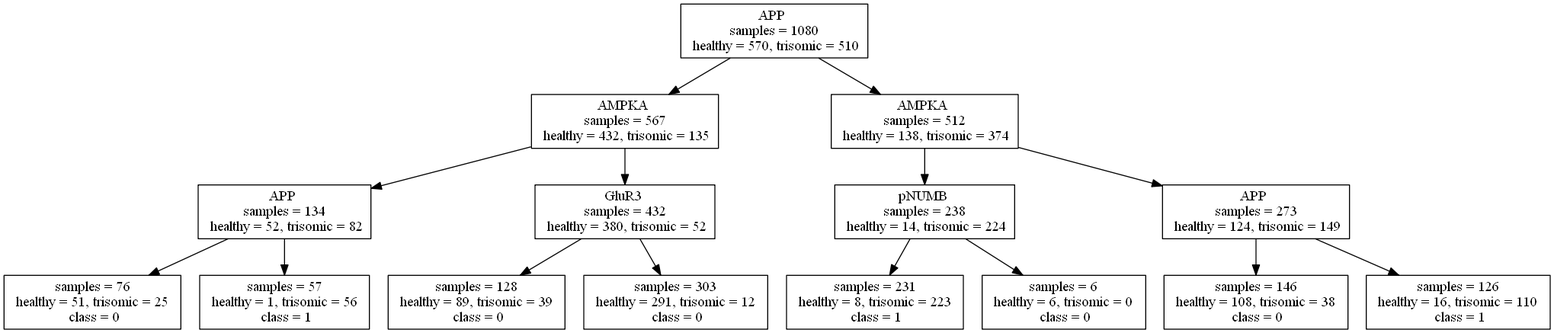
This is tree4a.png from chapmacl/TDIDT-Decision-Tree, a Graphviz export, as it was before one commit. Its source is kept beside it as tree4a.dot.
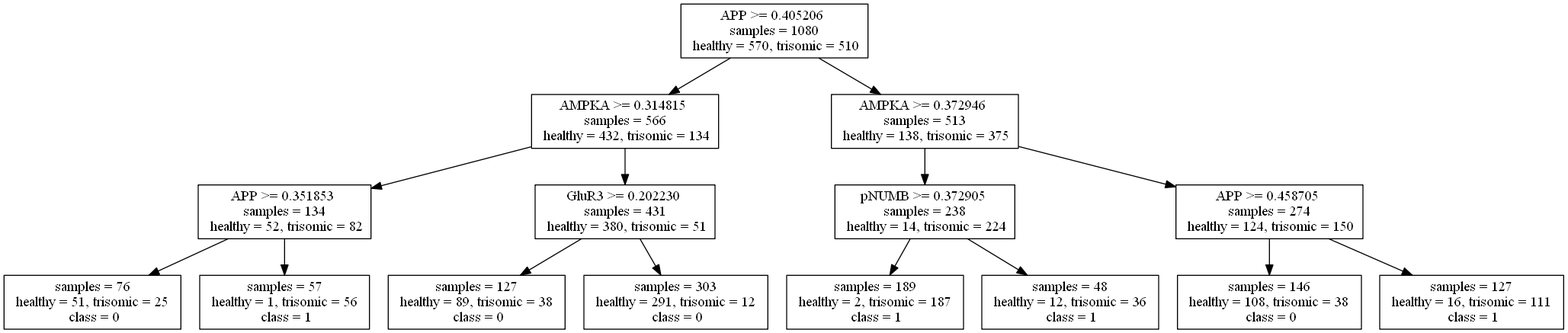
After the commit.

Diff of the diagram source:
```diff
@@ -1,76 +1,76 @@
 digraph {
 	node [shape=box]
-	APP_1080 [label="APP
+	APP_1080 [label="APP >= 0.405206
  samples = 1080
  healthy = 570, trisomic = 510"]
 	node [shape=box]
-	AMPKA_567 [label="AMPKA
- samples = 567
- healthy = 432, trisomic = 135"]
-	APP_1080 -> AMPKA_567
+	AMPKA_566 [label="AMPKA >= 0.314815
+ samples = 566
+ healthy = 432, trisomic = 134"]
+	APP_1080 -> AMPKA_566
 	node [shape=box]
-	APP_134 [label="APP
+	APP_134 [label="APP >= 0.351853
  samples = 134
  healthy = 52, trisomic = 82"]
-	AMPKA_567 -> APP_134
+	AMPKA_566 -> APP_134
 	node [shape=box]
-	APP_134m [label=" samples = 76
+	APP_134x [label=" samples = 76
  healthy = 51, trisomic = 25
  class = 0"]
-	APP_134 -> APP_134m
+	APP_134 -> APP_134x
 	node [shape=box]
-	APP_134p [label=" samples = 57
+	APP_134r [label=" samples = 57
  healthy = 1, trisomic = 56
  class = 1"]
-	APP_134 -> APP_134p
+	APP_134 -> APP_134r
 	node [shape=box]
-	GluR3_432 [label="GluR3
- samples = 432
- healthy = 380, trisomic = 52"]
-	AMPKA_567 -> GluR3_432
+	GluR3_431 [label="GluR3 >= 0.202230
+ samples = 431
+ healthy = 380, trisomic = 51"]
+	AMPKA_566 -> GluR3_431
 	node [shape=box]
-	GluR3_4324 [label=" samples = 128
- healthy = 89, trisomic = 39
+	GluR3_431d [label=" samples = 127
+ healthy = 89, trisomic = 38
  class = 0"]
-	GluR3_432 -> GluR3_4324
+	GluR3_431 -> GluR3_431d
 	node [shape=box]
-	GluR3_432g [label=" samples = 303
+	GluR3_431p [label=" samples = 303
  healthy = 291, trisomic = 12
  class = 0"]
-	GluR3_432 -> GluR3_432g
+	GluR3_431 -> GluR3_431p
 	node [shape=box]
-	AMPKA_512 [label="AMPKA
- samples = 512
- healthy = 138, trisomic = 374"]
-	APP_1080 -> AMPKA_512
+	AMPKA_513 [label="AMPKA >= 0.372946
+ samples = 513
+ healthy = 138, trisomic = 375"]
+	APP_1080 -> AMPKA_513
 	node [shape=box]
-	pNUMB_238 [label="pNUMB
+	pNUMB_238 [label="pNUMB >= 0.372905
  samples = 238
  healthy = 14, trisomic = 224"]
-	AMPKA_512 -> pNUMB_238
+	AMPKA_513 -> pNUMB_238
 	node [shape=box]
-	pNUMB_2388 [label=" samples = 231
- healthy = 8, trisomic = 223
+	pNUMB_238z [label=" samples = 189
+ healthy = 2, trisomic = 187
  class = 1"]
-	pNUMB_238 -> pNUMB_2388
+	pNUMB_238 -> pNUMB_238z
 	node [shape=box]
-	pNUMB_238c [label=" samples = 6
- healthy = 6, trisomic = 0
- class = 0"]
-	pNUMB_238 -> pNUMB_238c
+	pNUMB_238a [label=" samples = 48
+ healthy = 12, trisomic = 36
+ class = 1"]
+	pNUMB_238 -> pNUMB_238a
 	node [shape=box]
-	APP_273 [label="APP
- samples = 273
- healthy = 124, trisomic = 149"]
-	AMPKA_512 -> APP_273
+	APP_274 [label="APP >= 0.458705
+ samples = 274
+ healthy = 124, trisomic = 150"]
+	AMPKA_513 -> APP_274
 	node [shape=box]
-	APP_273x [label=" samples = 146
+	APP_2743 [label=" samples = 146
  healthy = 108, trisomic = 38
  class = 0"]
-	APP_273 -> APP_273x
+	APP_274 -> APP_2743
 	node [shape=box]
-	APP_273j [label=" samples = 126
- healthy = 16, trisomic = 110
+	APP_274v [label=" samples = 127
+ healthy = 16, trisomic = 111
  class = 1"]
-	APP_273 -> APP_273j
+	APP_274 -> APP_274v
 }
```
